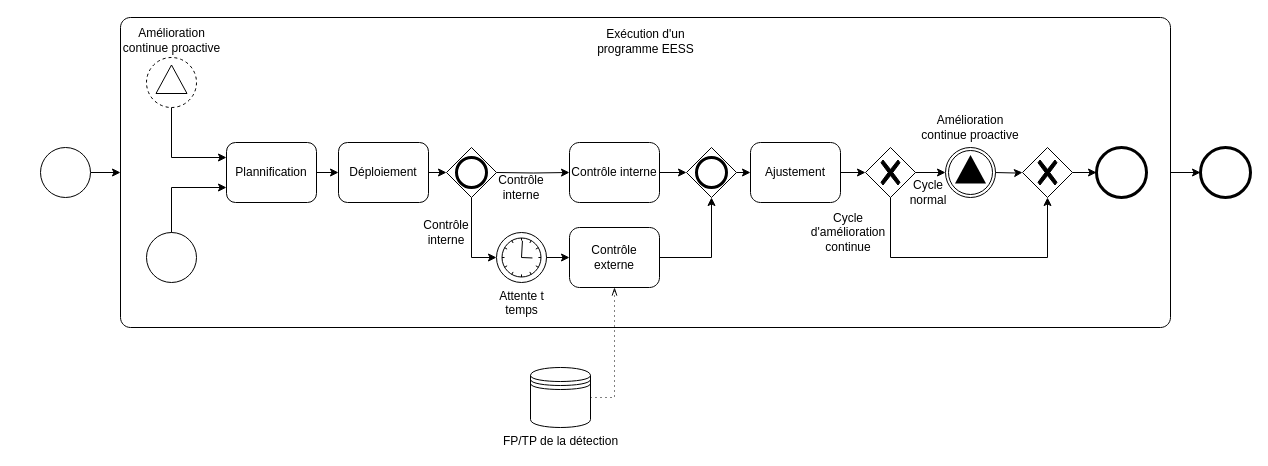
The draw.io diagram contribution/prevention_continue.drawio in netmme/cyber-diagramme-d-activites, before the edit. Source tidied: cells renumbered, new cells numbered last; positions are measured from the earlier drawing's top-left corner, leaving out a move shared by most shapes. Both pictures are drawn from the tidied source at 100%, with x=0, y=0 at pixel (40, 17).
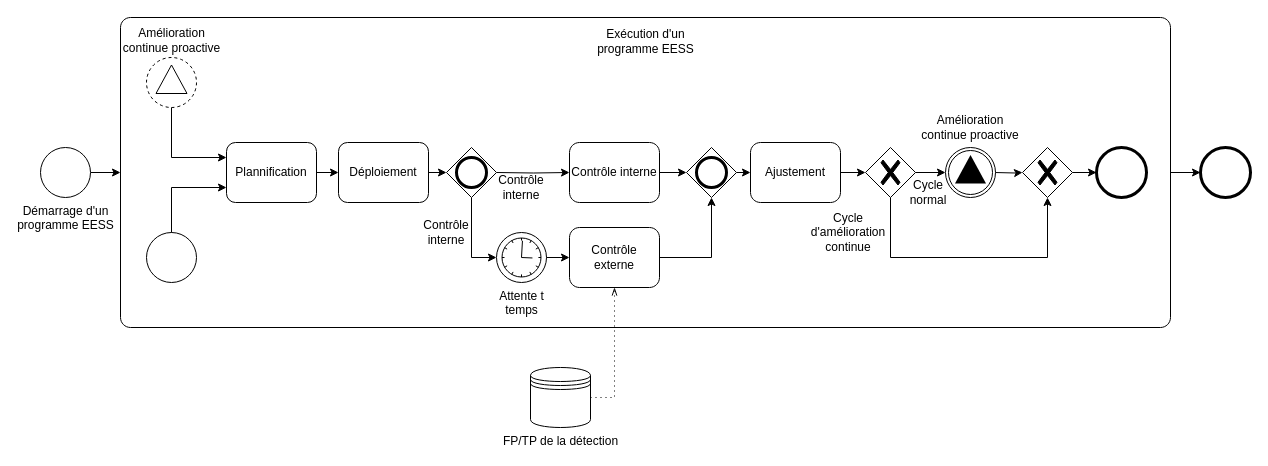
After the change.

Change to the diagram source:
```diff
@@
-    <mxCell id="7" style="points=[[0.145,0.145,0],[0.5,0,0],[0.855,0.145,0],[1,0.5,0],[0.855,0.855,0],[0.5,1,0],[0.145,0.855,0],[0,0.5,0]];shape=mxgraph.bpmn.event;html=1;verticalLabelPosition=bottom;labelBackgroundColor=#ffffff;verticalAlign=top;align=center;perimeter=ellipsePerimeter;outlineConnect=0;outline=standard;symbol=general;" parent="1" vertex="1">
+    <mxCell id="7" value="Démarrage d'un&lt;br&gt;programme EESS" style="points=[[0.145,0.145,0],[0.5,0,0],[0.855,0.145,0],[1,0.5,0],[0.855,0.855,0],[0.5,1,0],[0.145,0.855,0],[0,0.5,0]];shape=mxgraph.bpmn.event;html=1;verticalLabelPosition=bottom;labelBackgroundColor=#ffffff;verticalAlign=top;align=center;perimeter=ellipsePerimeter;outlineConnect=0;outline=standard;symbol=general;" parent="1" vertex="1">
       <mxGeometry y="130" width="50" height="50" as="geometry" />
     </mxCell>
```
